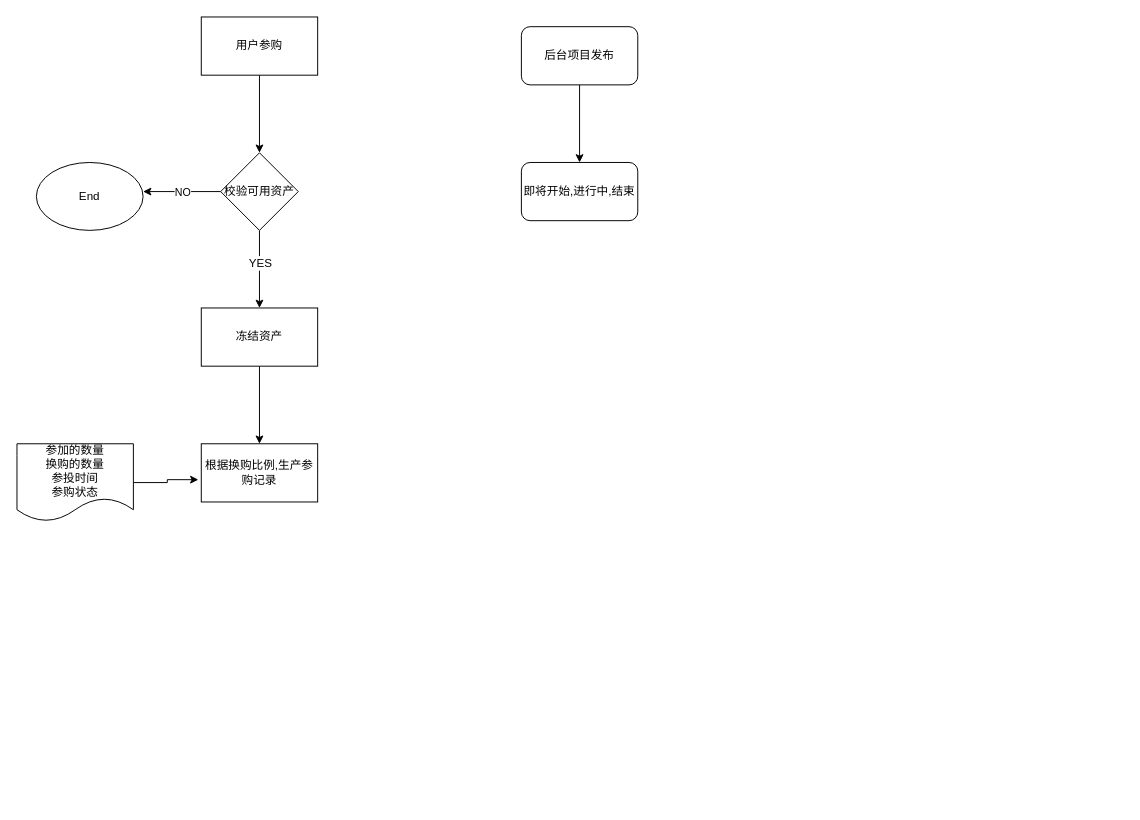
This is IEO.drawio from Andrewliu20/-Demo, a draw.io file, before an edit. Source tidied: cells renumbered, new cells numbered last; positions are measured from the earlier drawing's top-left corner, leaving out a move shared by most shapes. Both pictures are drawn from the tidied source at 97%, with x=0, y=0 at pixel (16, 16).
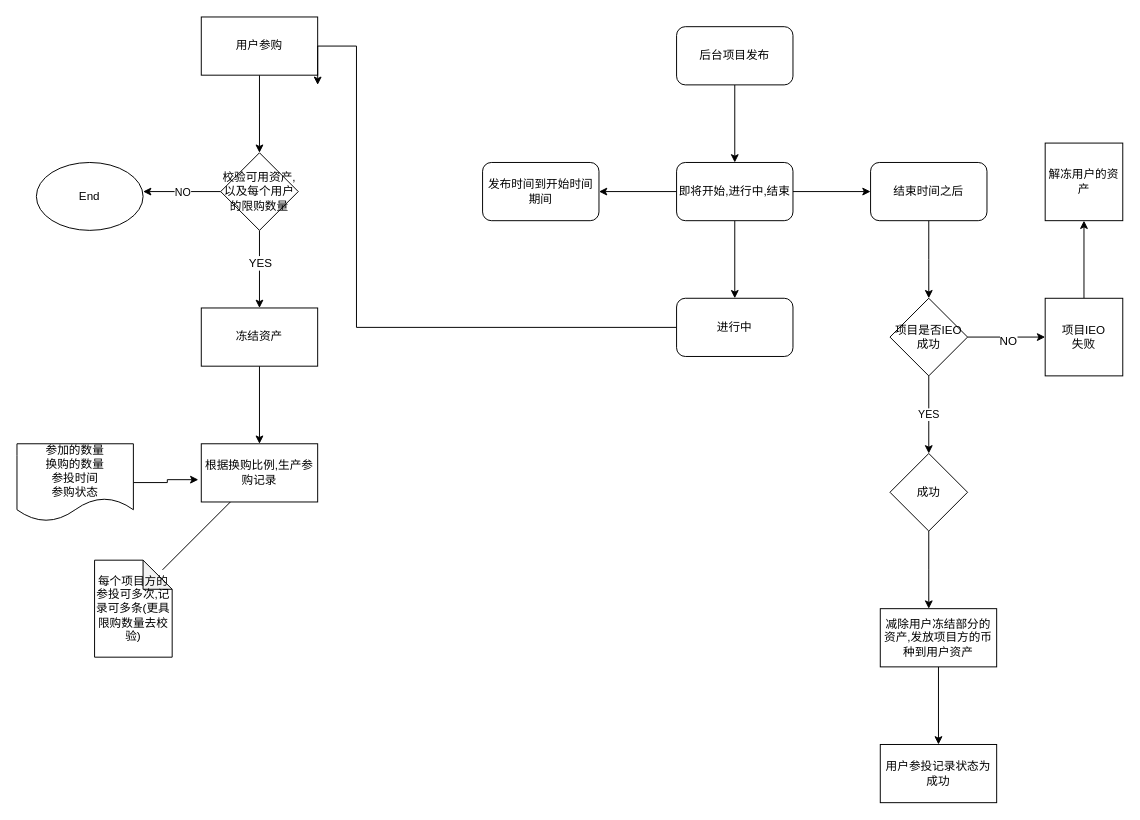
The same page after the edit.

The change refers to these unchanged cells:
```xml
<mxCell id="11" value="根据换购比例,生产参购记录" style="rounded=0;whiteSpace=wrap;html=1;" parent="1" vertex="1">
  <mxGeometry x="190" y="440" width="120" height="60" as="geometry" />
</mxCell>
```

Change to the diagram source:
```diff
@@
-    <mxCell id="7" value="校验可用资产" style="rhombus;whiteSpace=wrap;html=1;" parent="1" vertex="1">
+    <mxCell id="7" value="校验可用资产,以及每个用户的限购数量" style="rhombus;whiteSpace=wrap;html=1;" parent="1" vertex="1">
       <mxGeometry x="210" y="140" width="80" height="80" as="geometry" />
     </mxCell>
@@
     <mxCell id="15" value="后台项目发布" style="rounded=1;whiteSpace=wrap;html=1;" parent="1" vertex="1">
-      <mxGeometry x="520" y="10" width="120" height="60" as="geometry" />
+      <mxGeometry x="680" y="10" width="120" height="60" as="geometry" />
     </mxCell>
+    <mxCell id="17" style="edgeStyle=orthogonalEdgeStyle;rounded=0;jettySize=auto;html=1;" parent="1" edge="1" source="16" target="24">
+      <mxGeometry relative="1" as="geometry" />
+    </mxCell>
+    <mxCell id="18" style="edgeStyle=orthogonalEdgeStyle;rounded=0;jettySize=auto;html=1;" parent="1" edge="1" source="16" target="23">
+      <mxGeometry relative="1" as="geometry" />
+    </mxCell>
+    <mxCell id="19" style="edgeStyle=orthogonalEdgeStyle;rounded=0;jettySize=auto;html=1;" parent="1" edge="1" source="16" target="21">
+      <mxGeometry relative="1" as="geometry" />
+    </mxCell>
     <mxCell id="16" value="即将开始,进行中,结束" style="rounded=1;whiteSpace=wrap;html=1;" parent="1" vertex="1">
-      <mxGeometry x="520" y="150" width="120" height="60" as="geometry" />
+      <mxGeometry x="680" y="150" width="120" height="60" as="geometry" />
     </mxCell>
+    <mxCell id="20" style="edgeStyle=orthogonalEdgeStyle;rounded=0;jettySize=auto;html=1;" parent="1" edge="1" source="21">
+      <mxGeometry relative="1" as="geometry">
+        <mxPoint x="310" y="70" as="targetPoint" />
+        <Array as="points">
+          <mxPoint x="350" y="320" />
+          <mxPoint x="350" y="30" />
+          <mxPoint x="310" y="30" />
+        </Array>
+      </mxGeometry>
+    </mxCell>
+    <mxCell id="21" value="进行中" style="rounded=1;whiteSpace=wrap;html=1;" parent="1" vertex="1">
+      <mxGeometry x="680" y="290" width="120" height="60" as="geometry" />
+    </mxCell>
+    <mxCell id="22" style="edgeStyle=orthogonalEdgeStyle;rounded=0;jettySize=auto;html=1;" parent="1" edge="1" source="23">
+      <mxGeometry relative="1" as="geometry">
+        <mxPoint x="940" y="290" as="targetPoint" />
+      </mxGeometry>
+    </mxCell>
+    <mxCell id="23" value="结束时间之后" style="rounded=1;whiteSpace=wrap;html=1;" parent="1" vertex="1">
+      <mxGeometry x="880" y="150" width="120" height="60" as="geometry" />
+    </mxCell>
+    <mxCell id="24" value="发布时间到开始时间期间" style="rounded=1;whiteSpace=wrap;html=1;" parent="1" vertex="1">
+      <mxGeometry x="480" y="150" width="120" height="60" as="geometry" />
+    </mxCell>
+    <mxCell id="25" style="edgeStyle=orthogonalEdgeStyle;rounded=0;jettySize=auto;html=1;" parent="1" edge="1" source="28">
+      <mxGeometry relative="1" as="geometry">
+        <mxPoint x="1060" y="330" as="targetPoint" />
+      </mxGeometry>
+    </mxCell>
+    <mxCell id="26" value="NO" style="text;html=1;align=center;verticalAlign=middle;labelBackgroundColor=#ffffff;" parent="25" vertex="1">
+      <mxGeometry x="0.05" y="-4" relative="1" as="geometry" />
+    </mxCell>
+    <mxCell id="27" value="YES" style="edgeStyle=orthogonalEdgeStyle;rounded=0;jettySize=auto;html=1;" parent="1" edge="1" source="28" target="30">
+      <mxGeometry relative="1" as="geometry" />
+    </mxCell>
+    <mxCell id="28" value="项目是否IEO&lt;br&gt;成功" style="rhombus;whiteSpace=wrap;html=1;" parent="1" vertex="1">
+      <mxGeometry x="900" y="290" width="80" height="80" as="geometry" />
+    </mxCell>
+    <mxCell id="29" style="edgeStyle=orthogonalEdgeStyle;rounded=0;jettySize=auto;html=1;" parent="1" edge="1" source="30">
+      <mxGeometry relative="1" as="geometry">
+        <mxPoint x="940" y="610" as="targetPoint" />
+      </mxGeometry>
+    </mxCell>
+    <mxCell id="30" value="成功" style="rhombus;whiteSpace=wrap;html=1;" parent="1" vertex="1">
+      <mxGeometry x="900" y="450" width="80" height="80" as="geometry" />
+    </mxCell>
+    <mxCell id="31" style="edgeStyle=orthogonalEdgeStyle;rounded=0;jettySize=auto;html=1;" parent="1" edge="1" source="32" target="33">
+      <mxGeometry relative="1" as="geometry" />
+    </mxCell>
+    <mxCell id="32" value="项目IEO&lt;br&gt;失败" style="whiteSpace=wrap;html=1;" parent="1" vertex="1">
+      <mxGeometry x="1060" y="290" width="80" height="80" as="geometry" />
+    </mxCell>
+    <mxCell id="33" value="解冻用户的资产" style="whiteSpace=wrap;html=1;" parent="1" vertex="1">
+      <mxGeometry x="1060" y="130" width="80" height="80" as="geometry" />
+    </mxCell>
+    <mxCell id="34" style="edgeStyle=orthogonalEdgeStyle;rounded=0;jettySize=auto;html=1;" parent="1" edge="1" source="35" target="36">
+      <mxGeometry relative="1" as="geometry" />
+    </mxCell>
+    <mxCell id="35" value="减除用户冻结部分的资产,发放项目方的币种到用户资产" style="rounded=0;whiteSpace=wrap;html=1;" parent="1" vertex="1">
+      <mxGeometry x="890" y="610" width="120" height="60" as="geometry" />
+    </mxCell>
+    <mxCell id="36" value="用户参投记录状态为成功" style="rounded=0;whiteSpace=wrap;html=1;" parent="1" vertex="1">
+      <mxGeometry x="890" y="750" width="120" height="60" as="geometry" />
+    </mxCell>
+    <mxCell id="37" value="每个项目方的参投可多次,记录可多条(更具限购数量去校验)" style="shape=note;whiteSpace=wrap;html=1;backgroundOutline=1;darkOpacity=0.05;" parent="1" vertex="1">
+      <mxGeometry x="80" y="560" width="80" height="100" as="geometry" />
+    </mxCell>
+    <mxCell id="38" style="endArrow=none;html=1;" parent="1" edge="1" target="11">
+      <mxGeometry relative="1" as="geometry">
+        <mxPoint x="150" y="570" as="sourcePoint" />
+      </mxGeometry>
+    </mxCell>
```
